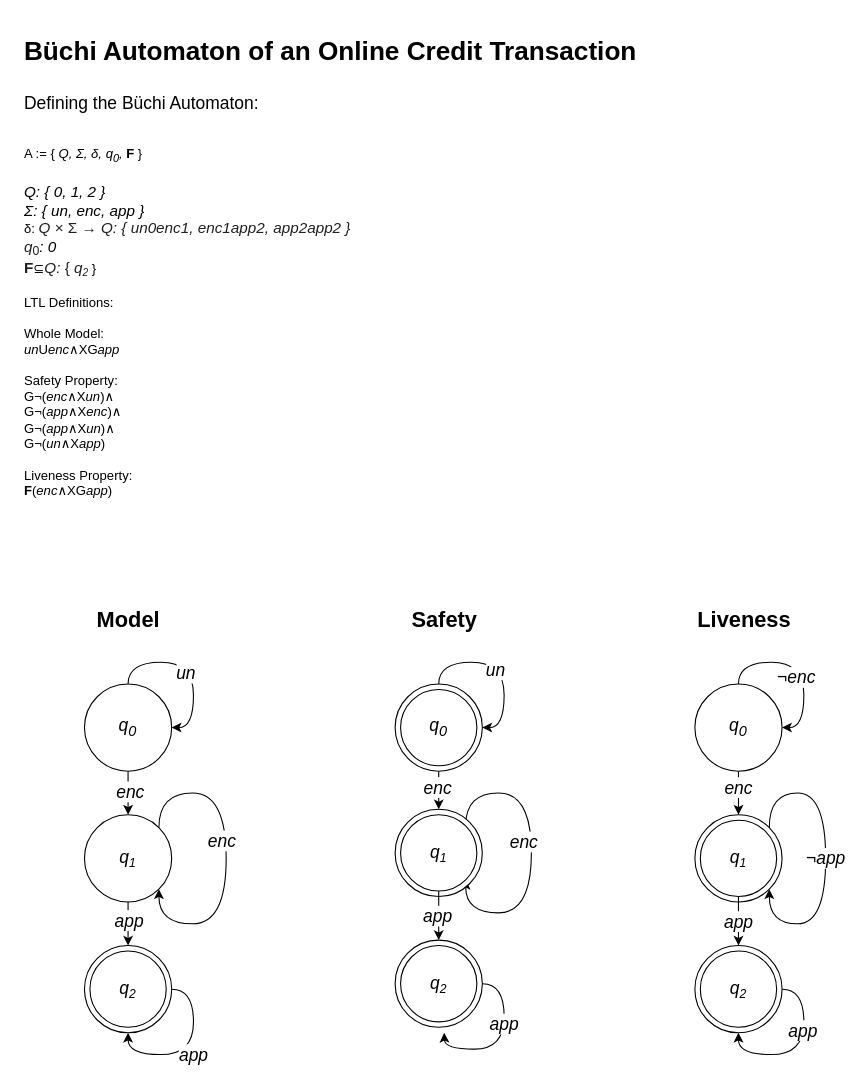
Before: Buchi_Automaton_Credit_Transaction.drawio in oliverfanderson/DATA599-02-Diagrams, a draw.io diagram. Source tidied: cells renumbered, new cells numbered last; positions are measured from the earlier drawing's top-left corner, leaving out a move shared by most shapes. Both pictures are drawn from the tidied source at 109%, with x=0, y=0 at pixel (19, 29).
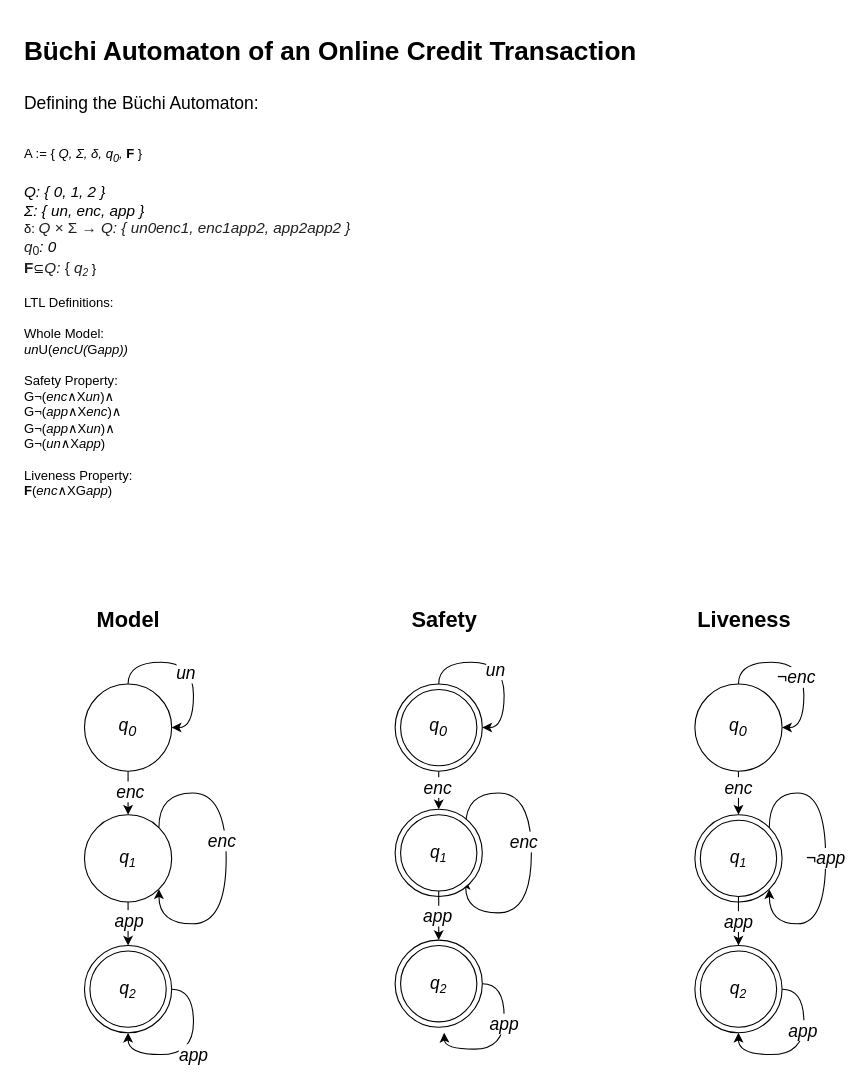
The same page after the edit.

Diff of the diagram source:
```diff
@@
-    <mxCell id="2" value="&lt;h1&gt;&lt;span style=&quot;background-color: initial;&quot;&gt;Büchi Automaton of an Online Credit Transaction&lt;/span&gt;&lt;/h1&gt;&lt;h1&gt;&lt;span style=&quot;background-color: initial;&quot;&gt;&lt;span style=&quot;font-weight: normal;&quot;&gt;&lt;font style=&quot;font-size: 16px;&quot;&gt;Defining the Büchi Automaton:&lt;/font&gt;&lt;/span&gt;&lt;/span&gt;&lt;/h1&gt;&lt;h1&gt;&lt;span style=&quot;background-color: initial; font-size: 12px;&quot;&gt;&lt;span style=&quot;font-weight: normal;&quot;&gt;A := { &lt;/span&gt;&lt;i style=&quot;font-weight: normal;&quot;&gt;Q, Σ, δ, q&lt;sub&gt;0&lt;/sub&gt;, &lt;/i&gt;F &lt;span style=&quot;font-weight: normal;&quot;&gt;}&lt;/span&gt;&lt;/span&gt;&lt;br&gt;&lt;/h1&gt;&lt;div style=&quot;font-size: 14px;&quot;&gt;&lt;i style=&quot;&quot;&gt;&lt;font style=&quot;font-size: 14px;&quot;&gt;Q: { 0, 1, 2 }&lt;/font&gt;&lt;/i&gt;&lt;/div&gt;&lt;div style=&quot;font-size: 14px;&quot;&gt;&lt;i style=&quot;&quot;&gt;&lt;font style=&quot;font-size: 14px;&quot;&gt;Σ: { un, enc, app }&lt;/font&gt;&lt;/i&gt;&lt;/div&gt;δ:&amp;nbsp;&lt;i style=&quot;color: rgb(32, 33, 34); font-family: sans-serif; font-size: 14px; background-color: rgb(255, 255, 255);&quot;&gt;Q&lt;/i&gt;&lt;span style=&quot;color: rgb(32, 33, 34); font-family: sans-serif; font-size: 14px; background-color: rgb(255, 255, 255);&quot;&gt;&amp;nbsp;×&amp;nbsp;Σ&amp;nbsp;→&amp;nbsp;&lt;/span&gt;&lt;i style=&quot;color: rgb(32, 33, 34); font-family: sans-serif; font-size: 14px; background-color: rgb(255, 255, 255);&quot;&gt;Q: { un0enc1, enc1app2, app2app2 }&lt;br&gt;&lt;/i&gt;&lt;i style=&quot;color: rgb(32, 33, 34); font-family: sans-serif; font-size: 14px; background-color: rgb(255, 255, 255);&quot;&gt;q&lt;/i&gt;&lt;sub style=&quot;line-height: 1; font-size: 11.2px; color: rgb(32, 33, 34); font-family: sans-serif; background-color: rgb(255, 255, 255);&quot;&gt;0&lt;/sub&gt;&lt;i style=&quot;border-color: var(--border-color); font-size: 14px;&quot;&gt;: 0&lt;br&gt;&lt;/i&gt;&lt;b style=&quot;color: rgb(32, 33, 34); font-family: sans-serif; font-size: 14px; background-color: rgb(255, 255, 255);&quot;&gt;F&lt;/b&gt;⊆&lt;i style=&quot;color: rgb(32, 33, 34); font-family: sans-serif; font-size: 14px; background-color: rgb(255, 255, 255);&quot;&gt;Q: &lt;/i&gt;&lt;span style=&quot;color: rgb(32, 33, 34); font-family: sans-serif; font-size: 14px; background-color: rgb(255, 255, 255);&quot;&gt;{&amp;nbsp;&lt;/span&gt;&lt;i style=&quot;border-color: var(--border-color); color: rgb(32, 33, 34); font-family: sans-serif; font-size: 14px; background-color: rgb(255, 255, 255);&quot;&gt;q&lt;/i&gt;&lt;i style=&quot;border-color: var(--border-color); color: rgb(32, 33, 34); font-family: sans-serif; background-color: rgb(255, 255, 255); font-size: 11.2px;&quot;&gt;&lt;sub&gt;2&lt;/sub&gt;&lt;/i&gt;&amp;nbsp;}&lt;br&gt;&lt;br&gt;LTL Definitions:&lt;br&gt;&lt;br&gt;Whole Model:&lt;br&gt;&lt;i&gt;un&lt;/i&gt;U&lt;i&gt;enc&lt;/i&gt;∧XG&lt;i&gt;app&lt;/i&gt;&lt;br&gt;&lt;br&gt;Safety Property:&lt;br&gt;G¬(&lt;i&gt;enc&lt;/i&gt;∧X&lt;i&gt;un&lt;/i&gt;)∧&lt;br&gt;G¬(&lt;i&gt;app&lt;/i&gt;∧X&lt;i&gt;enc&lt;/i&gt;)∧&lt;br&gt;G¬(&lt;i&gt;app&lt;/i&gt;∧X&lt;i&gt;un&lt;/i&gt;)∧&lt;br&gt;G¬(&lt;i&gt;un&lt;/i&gt;∧X&lt;i&gt;app&lt;/i&gt;)&lt;br&gt;&lt;br&gt;Liveness Property:&lt;br&gt;&lt;b&gt;F&lt;/b&gt;(&lt;i&gt;enc&lt;/i&gt;∧XG&lt;i&gt;app&lt;/i&gt;)&lt;br&gt;&lt;i style=&quot;color: rgb(32, 33, 34); font-family: sans-serif; font-size: 14px; background-color: rgb(255, 255, 255);&quot;&gt;&lt;br&gt;&lt;/i&gt;" style="text;html=1;strokeColor=none;fillColor=none;spacing=5;spacingTop=-20;whiteSpace=wrap;overflow=hidden;rounded=0;" parent="1" vertex="1">
+    <mxCell id="2" value="&lt;h1&gt;&lt;span style=&quot;background-color: initial;&quot;&gt;Büchi Automaton of an Online Credit Transaction&lt;/span&gt;&lt;/h1&gt;&lt;h1&gt;&lt;span style=&quot;background-color: initial;&quot;&gt;&lt;span style=&quot;font-weight: normal;&quot;&gt;&lt;font style=&quot;font-size: 16px;&quot;&gt;Defining the Büchi Automaton:&lt;/font&gt;&lt;/span&gt;&lt;/span&gt;&lt;/h1&gt;&lt;h1&gt;&lt;span style=&quot;background-color: initial; font-size: 12px;&quot;&gt;&lt;span style=&quot;font-weight: normal;&quot;&gt;A := { &lt;/span&gt;&lt;i style=&quot;font-weight: normal;&quot;&gt;Q, Σ, δ, q&lt;sub&gt;0&lt;/sub&gt;, &lt;/i&gt;F &lt;span style=&quot;font-weight: normal;&quot;&gt;}&lt;/span&gt;&lt;/span&gt;&lt;br&gt;&lt;/h1&gt;&lt;div style=&quot;font-size: 14px;&quot;&gt;&lt;i style=&quot;&quot;&gt;&lt;font style=&quot;font-size: 14px;&quot;&gt;Q: { 0, 1, 2 }&lt;/font&gt;&lt;/i&gt;&lt;/div&gt;&lt;div style=&quot;font-size: 14px;&quot;&gt;&lt;i style=&quot;&quot;&gt;&lt;font style=&quot;font-size: 14px;&quot;&gt;Σ: { un, enc, app }&lt;/font&gt;&lt;/i&gt;&lt;/div&gt;δ:&amp;nbsp;&lt;i style=&quot;color: rgb(32, 33, 34); font-family: sans-serif; font-size: 14px; background-color: rgb(255, 255, 255);&quot;&gt;Q&lt;/i&gt;&lt;span style=&quot;color: rgb(32, 33, 34); font-family: sans-serif; font-size: 14px; background-color: rgb(255, 255, 255);&quot;&gt;&amp;nbsp;×&amp;nbsp;Σ&amp;nbsp;→&amp;nbsp;&lt;/span&gt;&lt;i style=&quot;color: rgb(32, 33, 34); font-family: sans-serif; font-size: 14px; background-color: rgb(255, 255, 255);&quot;&gt;Q: { un0enc1, enc1app2, app2app2 }&lt;br&gt;&lt;/i&gt;&lt;i style=&quot;color: rgb(32, 33, 34); font-family: sans-serif; font-size: 14px; background-color: rgb(255, 255, 255);&quot;&gt;q&lt;/i&gt;&lt;sub style=&quot;line-height: 1; font-size: 11.2px; color: rgb(32, 33, 34); font-family: sans-serif; background-color: rgb(255, 255, 255);&quot;&gt;0&lt;/sub&gt;&lt;i style=&quot;border-color: var(--border-color); font-size: 14px;&quot;&gt;: 0&lt;br&gt;&lt;/i&gt;&lt;b style=&quot;color: rgb(32, 33, 34); font-family: sans-serif; font-size: 14px; background-color: rgb(255, 255, 255);&quot;&gt;F&lt;/b&gt;⊆&lt;i style=&quot;color: rgb(32, 33, 34); font-family: sans-serif; font-size: 14px; background-color: rgb(255, 255, 255);&quot;&gt;Q: &lt;/i&gt;&lt;span style=&quot;color: rgb(32, 33, 34); font-family: sans-serif; font-size: 14px; background-color: rgb(255, 255, 255);&quot;&gt;{&amp;nbsp;&lt;/span&gt;&lt;i style=&quot;border-color: var(--border-color); color: rgb(32, 33, 34); font-family: sans-serif; font-size: 14px; background-color: rgb(255, 255, 255);&quot;&gt;q&lt;/i&gt;&lt;i style=&quot;border-color: var(--border-color); color: rgb(32, 33, 34); font-family: sans-serif; background-color: rgb(255, 255, 255); font-size: 11.2px;&quot;&gt;&lt;sub&gt;2&lt;/sub&gt;&lt;/i&gt;&amp;nbsp;}&lt;br&gt;&lt;br&gt;LTL Definitions:&lt;br&gt;&lt;br&gt;Whole Model:&lt;br&gt;&lt;i&gt;un&lt;/i&gt;U(&lt;i&gt;encU(&lt;/i&gt;G&lt;i&gt;app))&lt;/i&gt;&lt;br&gt;&lt;br&gt;Safety Property:&lt;br&gt;G¬(&lt;i&gt;enc&lt;/i&gt;∧X&lt;i&gt;un&lt;/i&gt;)∧&lt;br&gt;G¬(&lt;i&gt;app&lt;/i&gt;∧X&lt;i&gt;enc&lt;/i&gt;)∧&lt;br&gt;G¬(&lt;i&gt;app&lt;/i&gt;∧X&lt;i&gt;un&lt;/i&gt;)∧&lt;br&gt;G¬(&lt;i&gt;un&lt;/i&gt;∧X&lt;i&gt;app&lt;/i&gt;)&lt;br&gt;&lt;br&gt;Liveness Property:&lt;br&gt;&lt;b&gt;F&lt;/b&gt;(&lt;i&gt;enc&lt;/i&gt;∧XG&lt;i&gt;app&lt;/i&gt;)&lt;br&gt;&lt;i style=&quot;color: rgb(32, 33, 34); font-family: sans-serif; font-size: 14px; background-color: rgb(255, 255, 255);&quot;&gt;&lt;br&gt;&lt;/i&gt;" style="text;html=1;strokeColor=none;fillColor=none;spacing=5;spacingTop=-20;whiteSpace=wrap;overflow=hidden;rounded=0;" parent="1" vertex="1">
       <mxGeometry width="760" height="440" as="geometry" />
     </mxCell>
```
